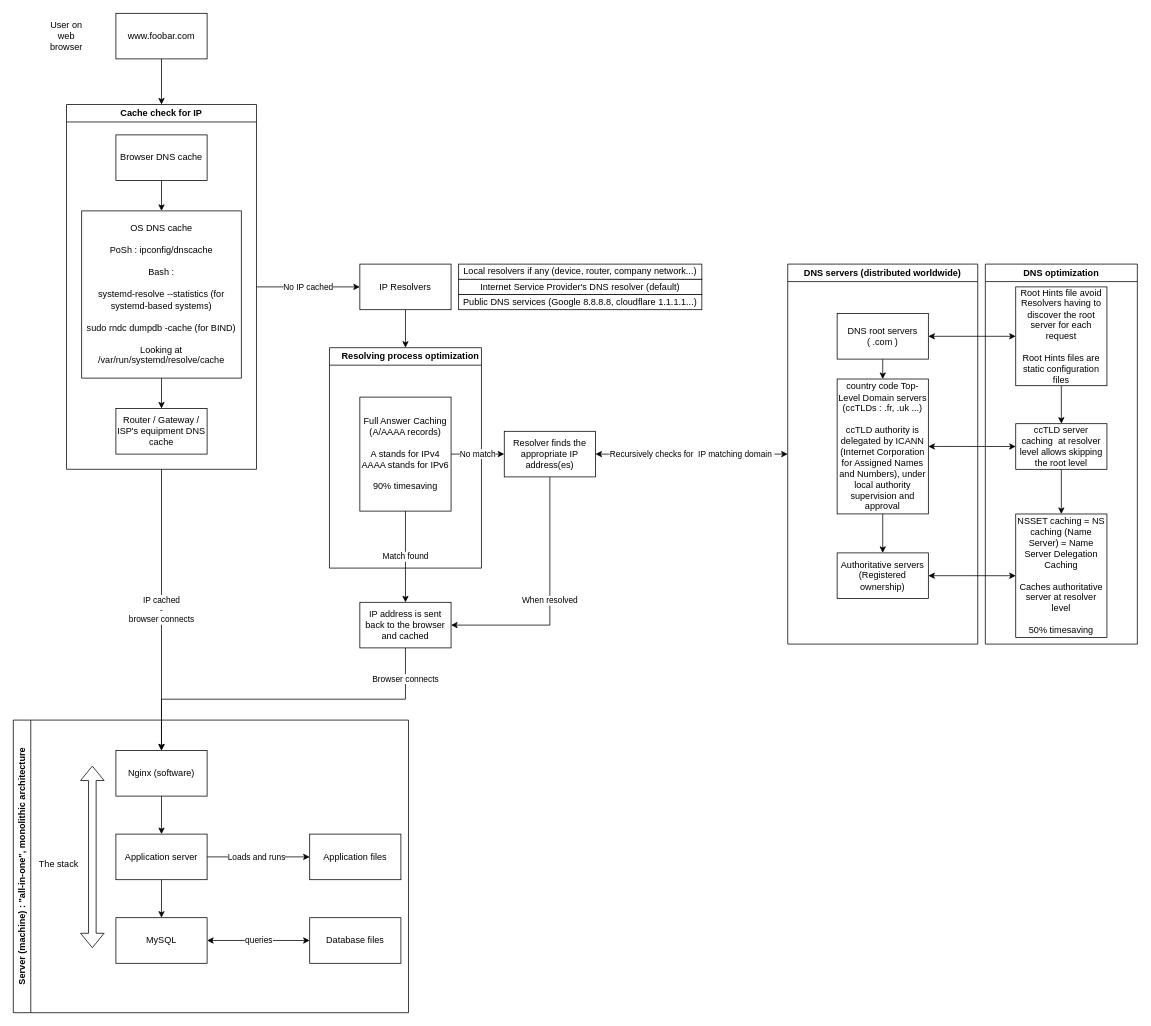
Before: web_infrastructure_design/0-simple_web_stack.drawio in jmitchell35/holbertonschool-system_engineering-devops, a draw.io diagram. Source tidied: cells renumbered, new cells numbered last; positions are measured from the earlier drawing's top-left corner, leaving out a move shared by most shapes. Both pictures are drawn from the tidied source at 76%, with x=0, y=0 at pixel (13, 13).
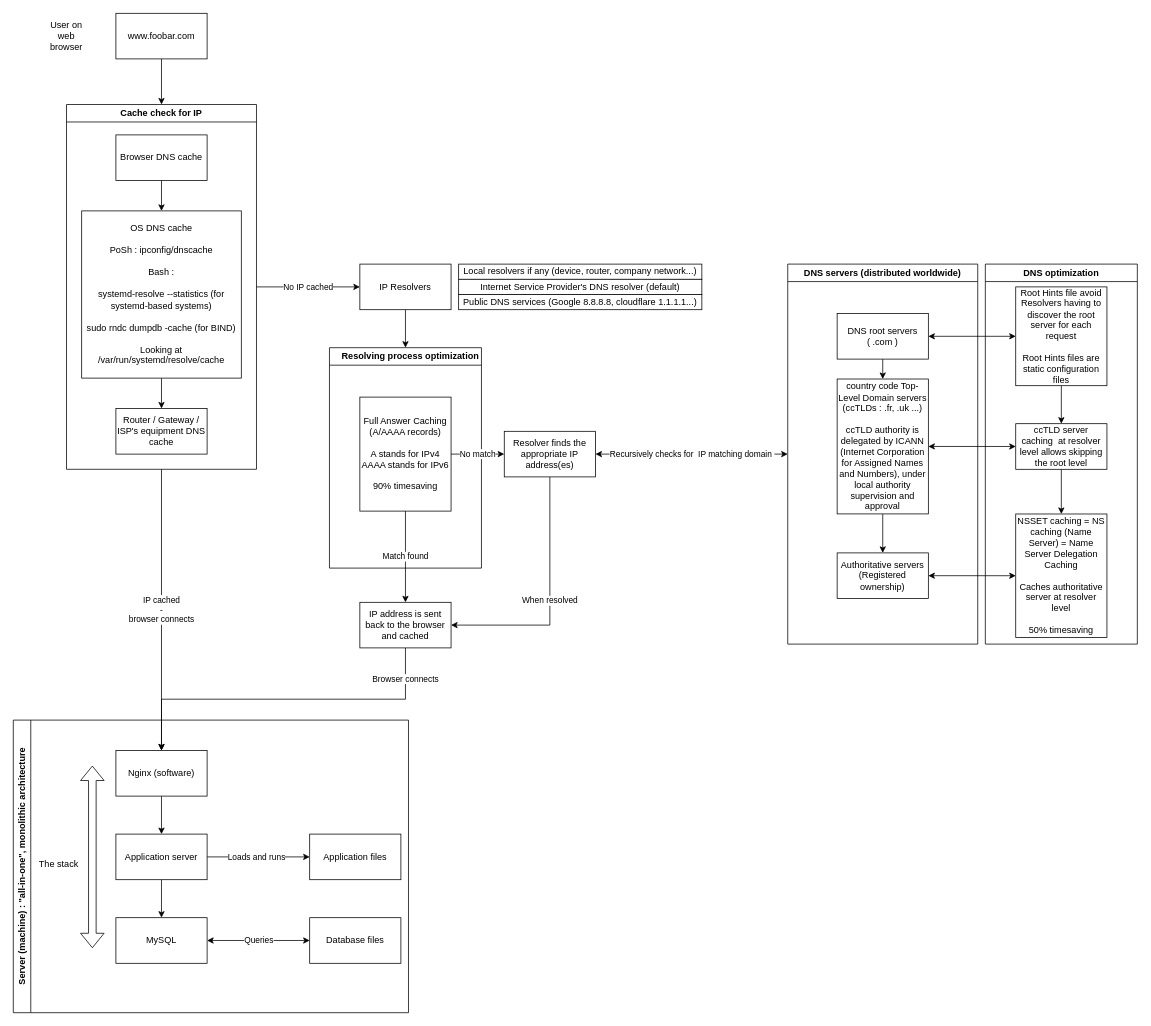
After the change.

Commit message:
Simple case update

Unchanged cells that the change refers to:
```xml
<mxCell id="14" value="Server (machine) : &quot;all-in-one&quot;, monolithic architecture" style="swimlane;horizontal=0;whiteSpace=wrap;html=1;" parent="1" vertex="1">
  <mxGeometry y="930" width="520" height="385" as="geometry" />
</mxCell>
<mxCell id="21" value="MySQL" style="rounded=0;whiteSpace=wrap;html=1;" parent="14" vertex="1">
  <mxGeometry x="135" y="260" width="120" height="60" as="geometry" />
</mxCell>
<mxCell id="22" value="Database files" style="rounded=0;whiteSpace=wrap;html=1;" parent="14" vertex="1">
  <mxGeometry x="390" y="260" width="120" height="60" as="geometry" />
</mxCell>
```

What changed in the source:
```diff
@@
-    <mxCell id="20" value="queries" style="edgeStyle=orthogonalEdgeStyle;rounded=0;jettySize=auto;html=1;exitX=1;exitY=0.5;exitDx=0;exitDy=0;entryX=0;entryY=0.5;entryDx=0;entryDy=0;startArrow=classic;startFill=1;" parent="14" edge="1" source="21" target="22">
+    <mxCell id="20" value="Queries" style="edgeStyle=orthogonalEdgeStyle;rounded=0;jettySize=auto;html=1;exitX=1;exitY=0.5;exitDx=0;exitDy=0;entryX=0;entryY=0.5;entryDx=0;entryDy=0;startArrow=classic;startFill=1;" parent="14" edge="1" source="21" target="22">
       <mxGeometry relative="1" as="geometry" />
     </mxCell>
```
